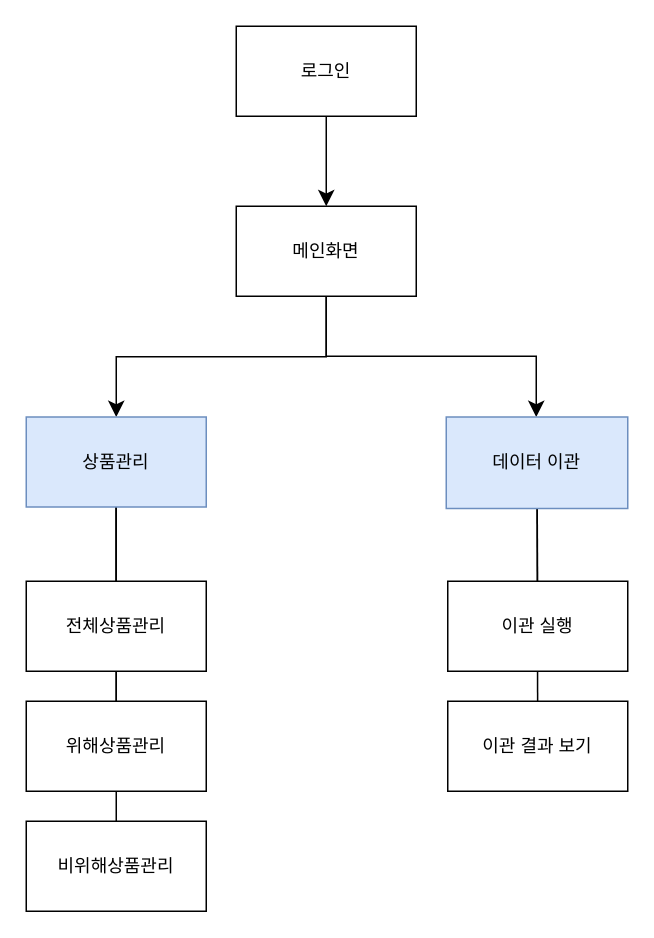
SOOMINCHA/product_front keeps this draw.io diagram as [위해상품 관리 시스템]_메뉴트리.drawio. Above is the earlier version. Source tidied: cells renumbered, new cells numbered last; positions are measured from the earlier drawing's top-left corner, leaving out a move shared by most shapes. Both pictures are drawn from the tidied source at 150%, with x=0, y=0 at pixel (26, 26).
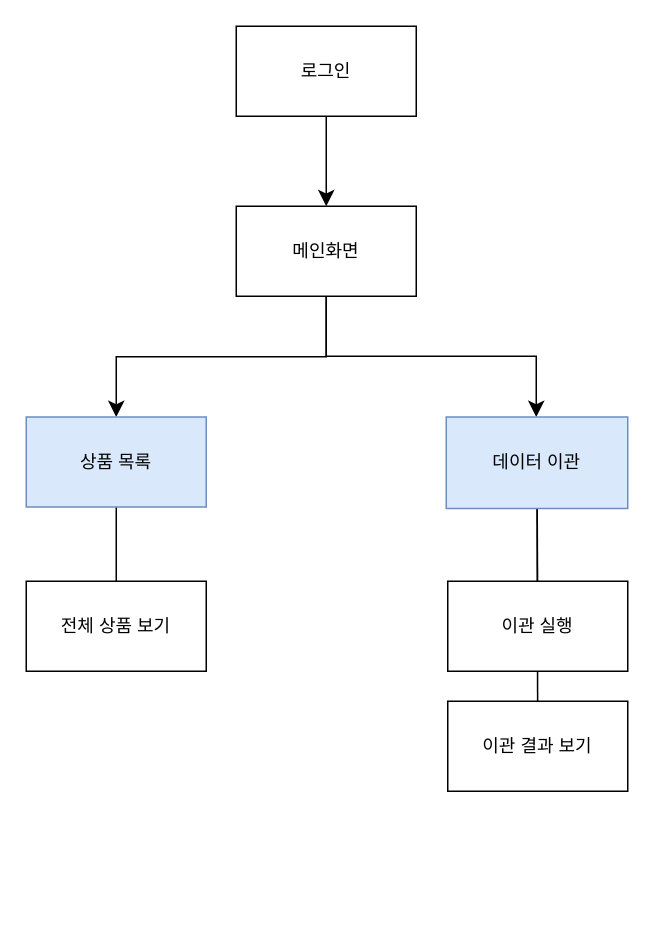
The same diagram, later.

Commit message:
[위해상품 관리 시스템]_메뉴트리.drawio 업데이트

The edit, as a diff of the source:
```diff
@@
-    <mxCell id="8" style="rounded=0;jettySize=auto;html=1;fontSize=12;endArrow=none;endFill=0;" parent="1" edge="1" source="10" target="17">
-      <mxGeometry relative="1" as="geometry" />
-    </mxCell>
-    <mxCell id="9" style="rounded=0;jettySize=auto;html=1;fontSize=12;startArrow=none;startFill=0;endArrow=none;endFill=0;" parent="1" edge="1" source="10" target="16">
-      <mxGeometry relative="1" as="geometry" />
-    </mxCell>
-    <mxCell id="10" value="상품관리" style="rounded=0;whiteSpace=wrap;html=1;fillColor=#dae8fc;strokeColor=#6c8ebf;" parent="1" vertex="1">
+    <mxCell id="10" value="상품 목록" style="rounded=0;whiteSpace=wrap;html=1;fillColor=#dae8fc;strokeColor=#6c8ebf;" parent="1" vertex="1">
       <mxGeometry y="260.5" width="120" height="60" as="geometry" />
     </mxCell>
@@
-    <mxCell id="14" style="rounded=0;jettySize=auto;html=1;fontSize=12;startSize=8;endSize=8;endArrow=none;endFill=0;strokeColor=none;" parent="1" edge="1" source="15" target="17">
-      <mxGeometry relative="1" as="geometry" />
-    </mxCell>
-    <mxCell id="15" value="전체상품관리" style="rounded=0;whiteSpace=wrap;html=1;" parent="1" vertex="1">
+    <mxCell id="15" value="전체 상품 보기" style="rounded=0;whiteSpace=wrap;html=1;" parent="1" vertex="1">
       <mxGeometry y="370" width="120" height="60" as="geometry" />
     </mxCell>
-    <mxCell id="16" value="비위해상품관리" style="rounded=0;whiteSpace=wrap;html=1;" parent="1" vertex="1">
-      <mxGeometry y="530" width="120" height="60" as="geometry" />
-    </mxCell>
-    <mxCell id="17" value="위해상품관리" style="rounded=0;whiteSpace=wrap;html=1;" parent="1" vertex="1">
-      <mxGeometry y="450" width="120" height="60" as="geometry" />
-    </mxCell>
```
